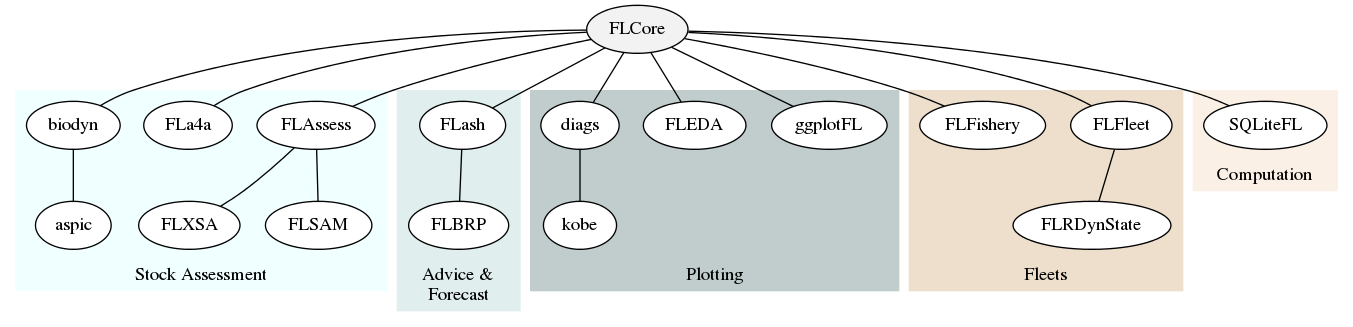
Above: assets/diagrams/flrpkgs.png in flr/flr.github.io (Graphviz), before the change. Its source is kept beside it as assets/diagrams/flrpkgs/flrpkgs.gv.
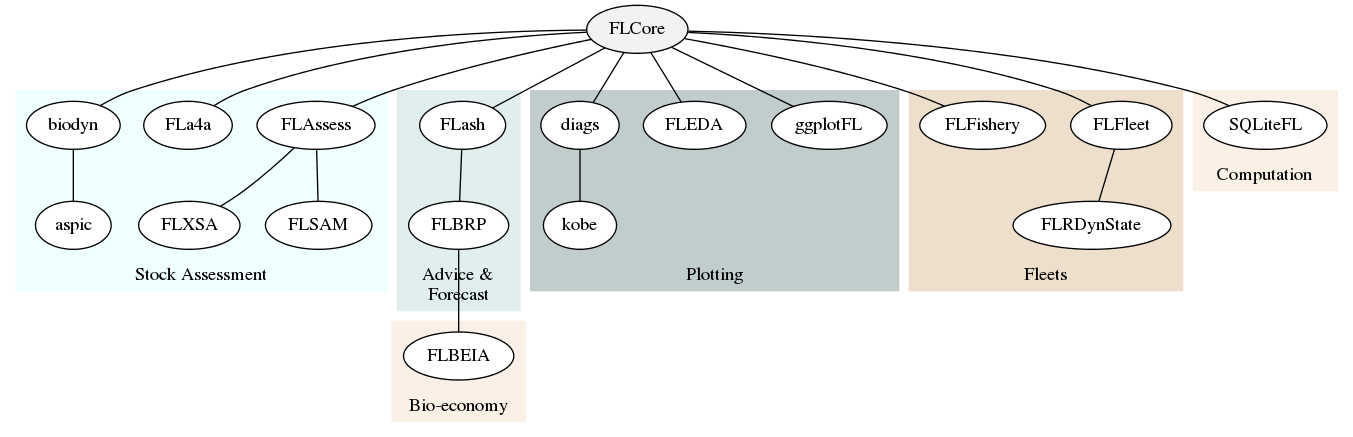
The same file after the commit.

Commit message:
Testing wider text area

The edit, as a diff of the source:
```diff
@@ -34,6 +34,12 @@
 				color=linen;
 				fillcolor=linen;
   }
+	subgraph cluster_5 {
+        "FLBEIA";
+        label = "Bio-economy";
+				color=linen;
+				fillcolor=linen;
+  }
 
 
 	FLCore -- FLAssess;
@@ -46,10 +52,12 @@
 	FLCore -- FLash;
 	FLCore -- FLa4a;
 	FLash -- FLBRP;
+	FLBRP -- FLBEIA;
 	FLCore -- FLFleet;
 	FLFleet -- FLRDynState;
 	FLCore -- FLFishery;
 	FLCore -- SQLiteFL;
 	FLCore -- diags;
 	diags -- kobe;
+
 }
```
